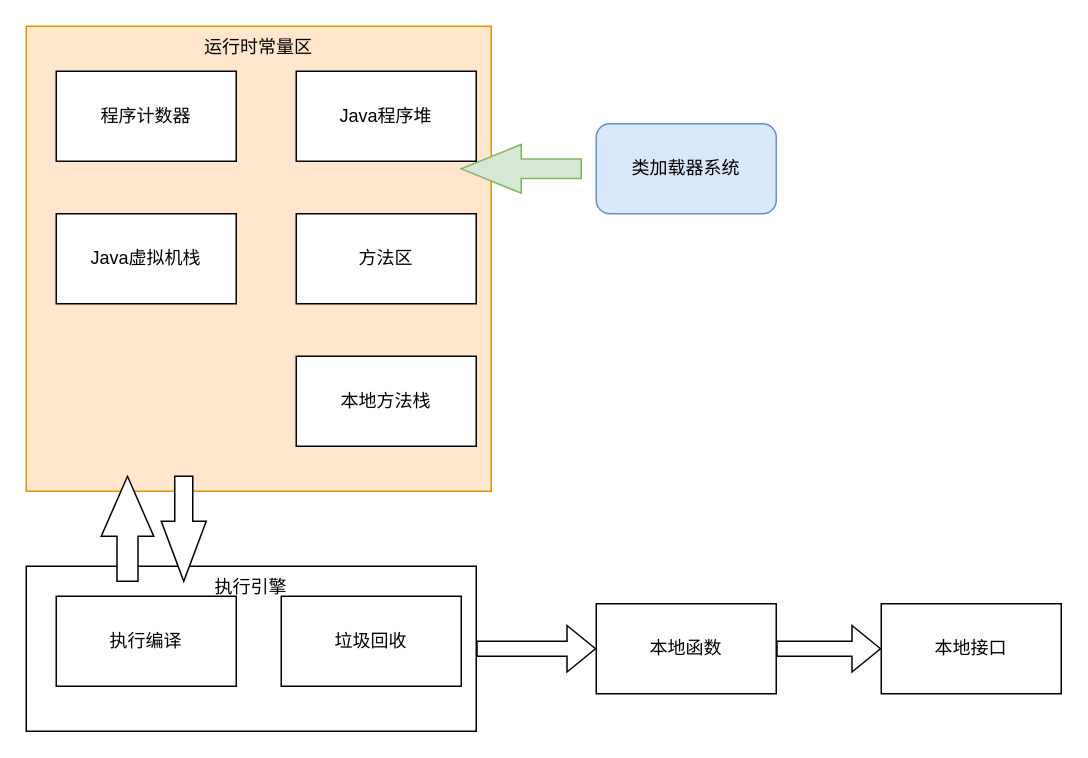
The draw.io diagram JVM.drawio in luqinshun/architecture-diagram, before the edit. Source tidied: cells renumbered, new cells numbered last; positions are measured from the earlier drawing's top-left corner, leaving out a move shared by most shapes. Both pictures are drawn from the tidied source at 150%, with x=0, y=0 at pixel (26, 26).
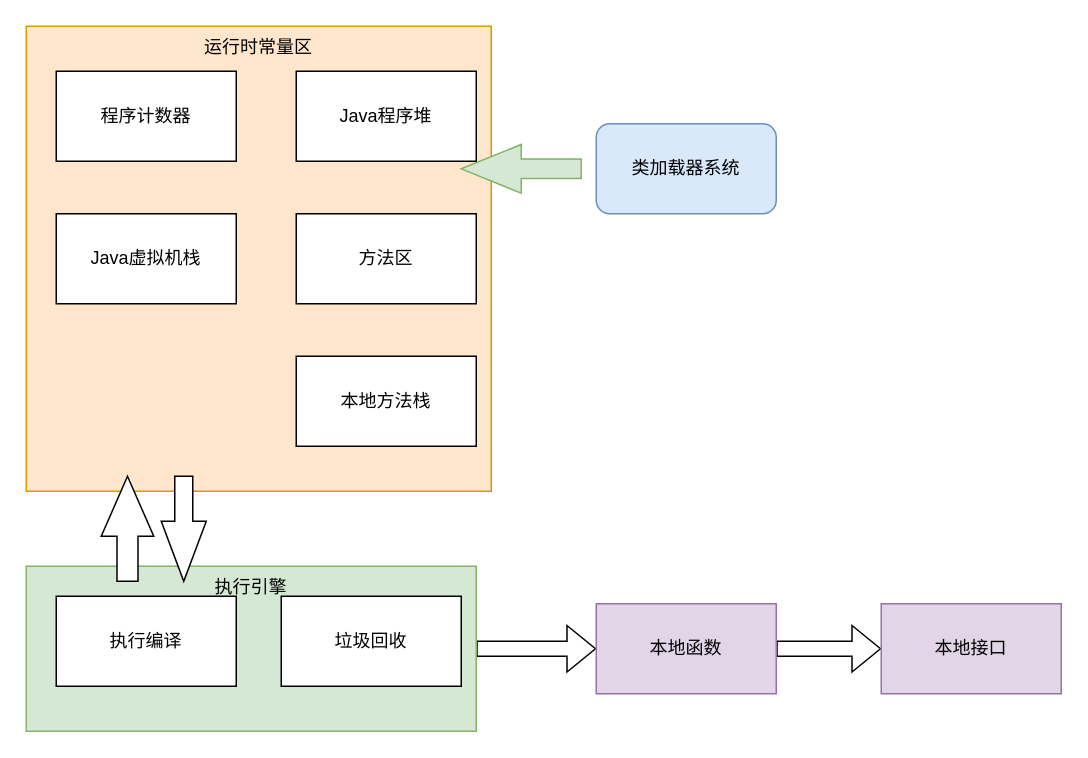
The same page after the edit.

What changed in the source:
```diff
@@
 <mxGraphModel>
   <root>
     <mxCell id="0" />
     <mxCell id="1" parent="0" />
     <mxCell id="2" value="运行时常量区" style="whiteSpace=wrap;html=1;align=center;horizontal=1;verticalAlign=top;fillColor=#ffe6cc;strokeColor=#d79b00;" parent="1" vertex="1">
       <mxGeometry width="310" height="310" as="geometry" />
     </mxCell>
     <mxCell id="3" value="程序计数器" style="rounded=0;whiteSpace=wrap;html=1;" parent="1" vertex="1">
       <mxGeometry x="20" y="30" width="120" height="60" as="geometry" />
     </mxCell>
     <mxCell id="4" value="Java虚拟机栈" style="rounded=0;whiteSpace=wrap;html=1;" parent="1" vertex="1">
       <mxGeometry x="20" y="125" width="120" height="60" as="geometry" />
     </mxCell>
     <mxCell id="5" value="Java程序堆" style="rounded=0;whiteSpace=wrap;html=1;" parent="1" vertex="1">
       <mxGeometry x="180" y="30" width="120" height="60" as="geometry" />
     </mxCell>
     <mxCell id="6" value="方法区" style="rounded=0;whiteSpace=wrap;html=1;" parent="1" vertex="1">
       <mxGeometry x="180" y="125" width="120" height="60" as="geometry" />
     </mxCell>
     <mxCell id="7" value="本地方法栈" style="rounded=0;whiteSpace=wrap;html=1;" parent="1" vertex="1">
       <mxGeometry x="180" y="220" width="120" height="60" as="geometry" />
     </mxCell>
     <mxCell id="8" value="类加载器系统" style="rounded=1;whiteSpace=wrap;html=1;fillColor=#dae8fc;strokeColor=#6c8ebf;" parent="1" vertex="1">
       <mxGeometry x="380" y="65" width="120" height="60" as="geometry" />
     </mxCell>
     <mxCell id="9" style="html=1;shadow=0;dashed=0;align=center;verticalAlign=middle;shape=mxgraph.arrows2.arrow;dy=0.6;dx=40;flipH=1;notch=0;fillColor=#d5e8d4;strokeColor=#82b366;" parent="1" vertex="1">
       <mxGeometry x="290" y="78.8" width="80" height="32.5" as="geometry" />
     </mxCell>
     <mxCell id="10" style="edgeStyle=orthogonalEdgeStyle;shape=flexArrow;rounded=0;jettySize=auto;html=1;" parent="1" edge="1" source="11" target="17">
       <mxGeometry relative="1" as="geometry" />
     </mxCell>
-    <mxCell id="11" value="执行引擎" style="rounded=0;whiteSpace=wrap;html=1;verticalAlign=top;" parent="1" vertex="1">
+    <mxCell id="11" value="执行引擎" style="rounded=0;whiteSpace=wrap;html=1;verticalAlign=top;fillColor=#d5e8d4;strokeColor=#82b366;" parent="1" vertex="1">
       <mxGeometry y="360" width="300" height="110" as="geometry" />
     </mxCell>
     <mxCell id="12" value="执行编译" style="rounded=0;whiteSpace=wrap;html=1;" parent="1" vertex="1">
       <mxGeometry x="20" y="380" width="120" height="60" as="geometry" />
     </mxCell>
     <mxCell id="13" value="垃圾回收" style="rounded=0;whiteSpace=wrap;html=1;" parent="1" vertex="1">
       <mxGeometry x="170" y="380" width="120" height="60" as="geometry" />
     </mxCell>
     <mxCell id="14" style="html=1;shadow=0;dashed=0;align=center;verticalAlign=middle;shape=mxgraph.arrows2.arrow;dy=0.6;dx=40;direction=north;notch=0;" parent="1" vertex="1">
       <mxGeometry x="50" y="300" width="35" height="70" as="geometry" />
     </mxCell>
     <mxCell id="15" style="html=1;shadow=0;dashed=0;align=center;verticalAlign=middle;shape=mxgraph.arrows2.arrow;dy=0.6;dx=40;direction=south;notch=0;" parent="1" vertex="1">
       <mxGeometry x="90" y="300" width="30" height="70" as="geometry" />
     </mxCell>
     <mxCell id="16" style="edgeStyle=orthogonalEdgeStyle;rounded=0;jettySize=auto;html=1;exitX=1;exitY=0.5;exitDx=0;exitDy=0;entryX=0;entryY=0.5;entryDx=0;entryDy=0;shape=flexArrow;" parent="1" edge="1" source="17" target="18">
       <mxGeometry relative="1" as="geometry" />
     </mxCell>
-    <mxCell id="17" value="本地函数" style="rounded=0;whiteSpace=wrap;html=1;" parent="1" vertex="1">
+    <mxCell id="17" value="本地函数" style="rounded=0;whiteSpace=wrap;html=1;fillColor=#e1d5e7;strokeColor=#9673a6;" parent="1" vertex="1">
       <mxGeometry x="380" y="385" width="120" height="60" as="geometry" />
     </mxCell>
-    <mxCell id="18" value="本地接口" style="rounded=0;whiteSpace=wrap;html=1;" parent="1" vertex="1">
+    <mxCell id="18" value="本地接口" style="rounded=0;whiteSpace=wrap;html=1;fillColor=#e1d5e7;strokeColor=#9673a6;" parent="1" vertex="1">
       <mxGeometry x="570" y="385" width="120" height="60" as="geometry" />
     </mxCell>
   </root>
 </mxGraphModel>
```
